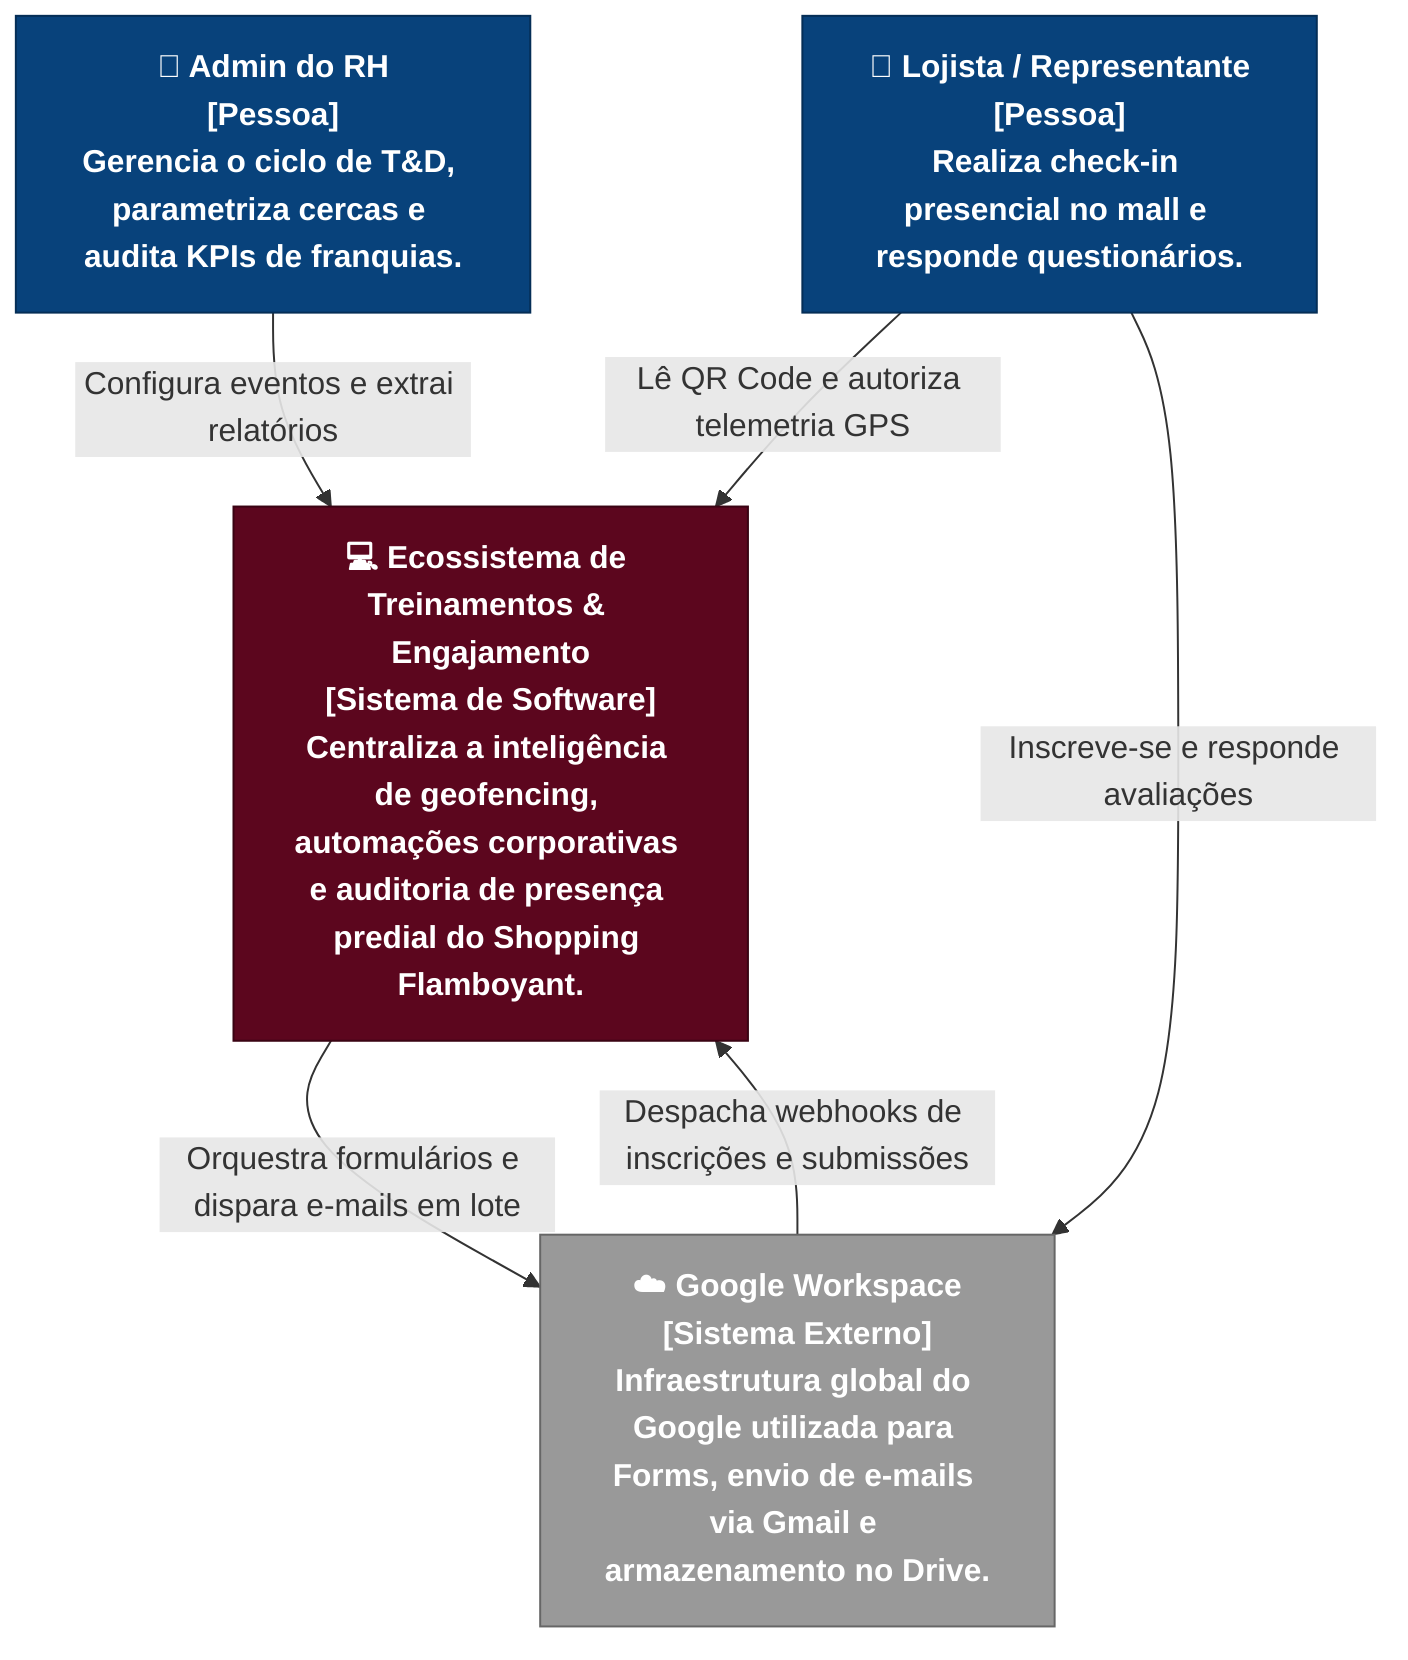
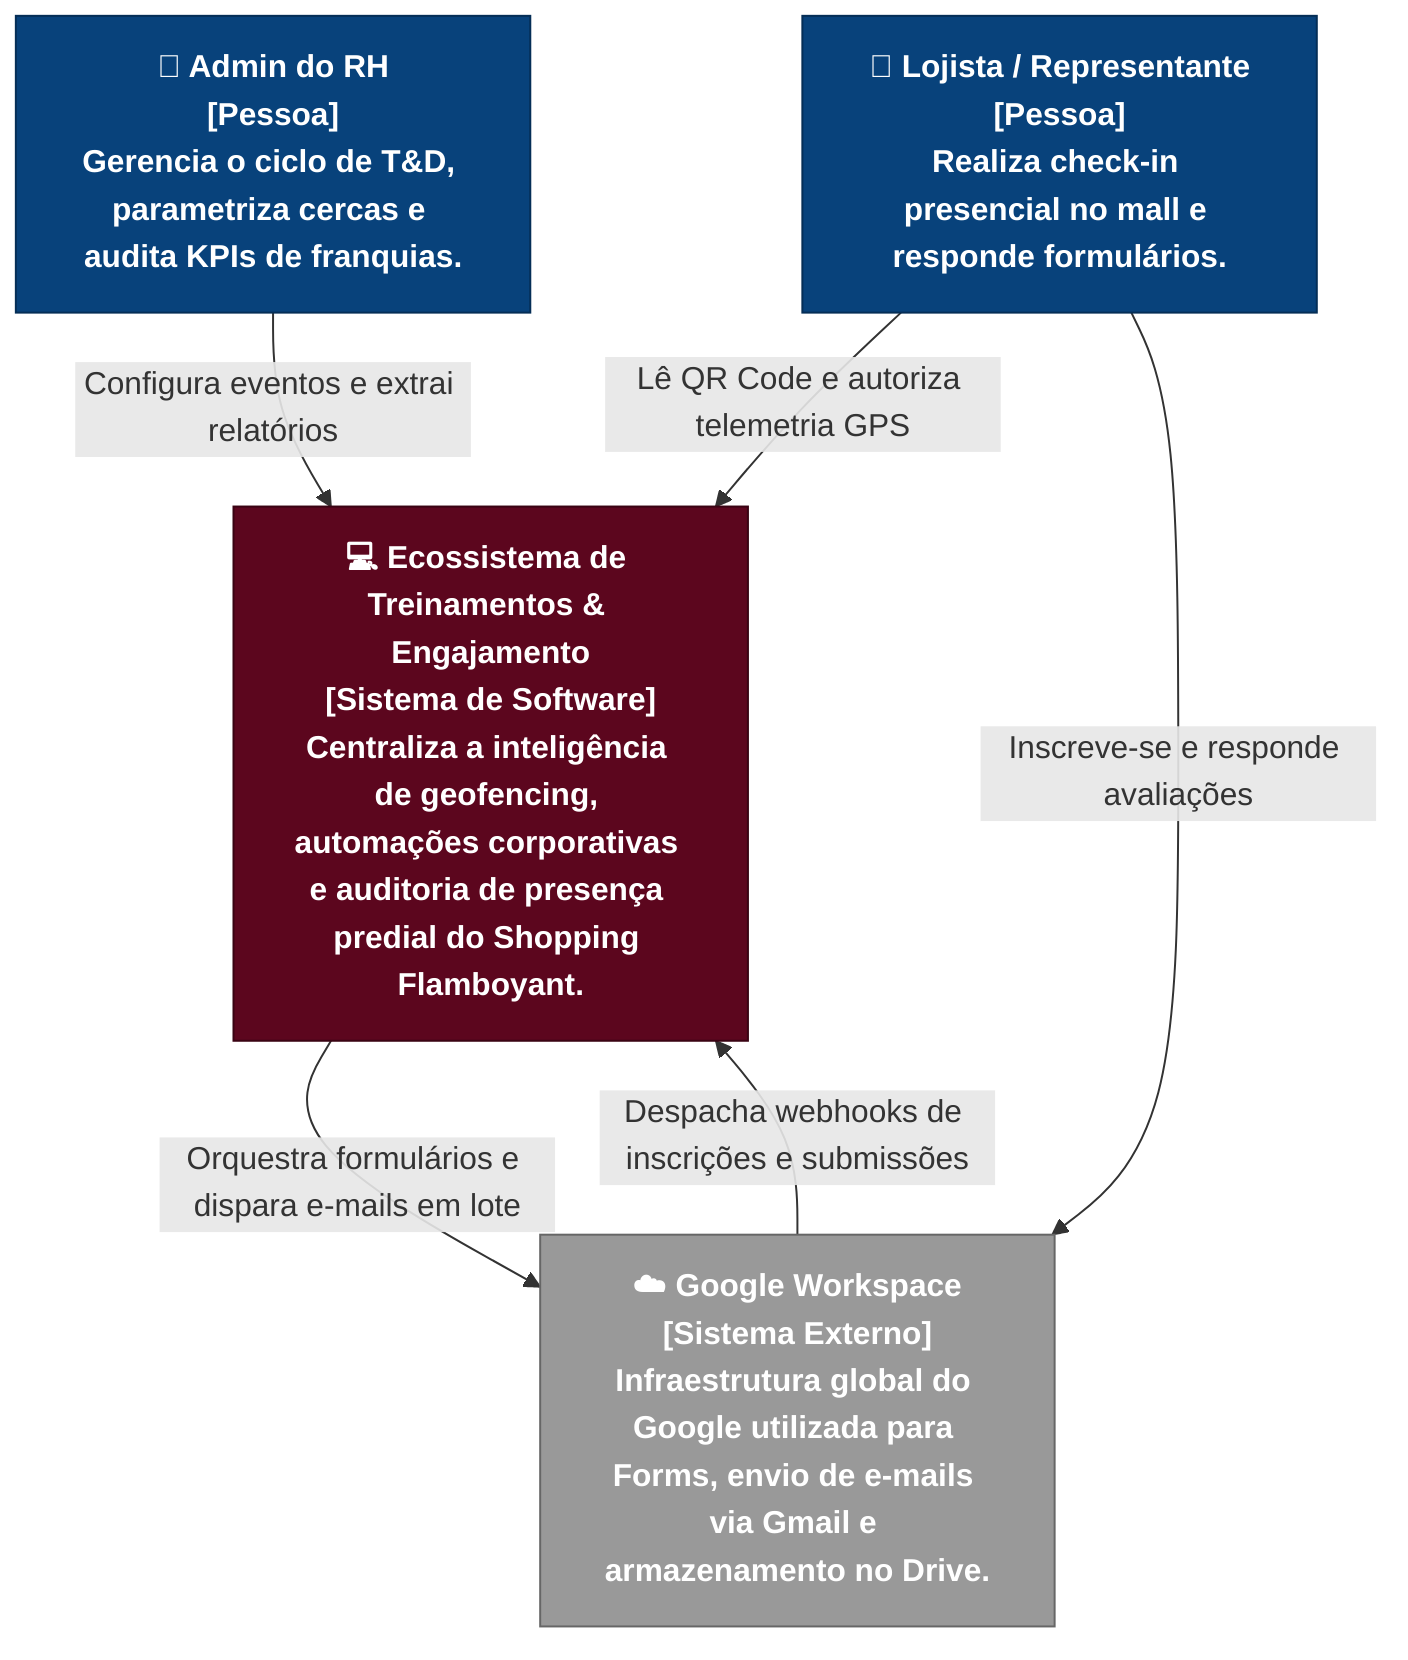
graph TB
    %% Definição de Estilos C4
    classDef person fill:#08427b,stroke:#052e56,color:#ffffff,font-weight:bold;
    classDef internal fill:#5C061E,stroke:#3a0313,color:#ffffff,font-weight:bold;
    classDef external fill:#999999,stroke:#666666,color:#ffffff,font-weight:bold;

    %% Atores
    Admin["👤 Admin do RH<br/>[Pessoa]<br/>Gerencia o ciclo de T&D, parametriza cercas e audita KPIs de franquias."]:::person
-     Lojista["👤 Lojista / Representante<br/>[Pessoa]<br/>Realiza check-in presencial no mall e responde questionários."]:::person
+     Lojista["👤 Lojista / Representante<br/>[Pessoa]<br/>Realiza check-in presencial no mall e responde formulários."]:::person

    %% Sistemas
    CoreSystem["💻 Ecossistema de Treinamentos & Engajamento<br/>[Sistema de Software]<br/>Centraliza a inteligência de geofencing, automações corporativas e auditoria de presença predial do Shopping Flamboyant."]:::internal
    GWorkspace["☁️ Google Workspace<br/>[Sistema Externo]<br/>Infraestrutura global do Google utilizada para Forms, envio de e-mails via Gmail e armazenamento no Drive."]:::external

    %% Relacionamentos
    Admin -->|Configura eventos e extrai relatórios| CoreSystem
    Lojista -->|Lê QR Code e autoriza telemetria GPS| CoreSystem
    Lojista -->|Inscreve-se e responde avaliações| GWorkspace
    CoreSystem -->|Orquestra formulários e dispara e-mails em lote| GWorkspace
-     GWorkspace -->|Despacha webhooks de inscrições e submissões| CoreSystem+     GWorkspace -->|Despacha webhooks de inscrições e submissões| CoreSystem
